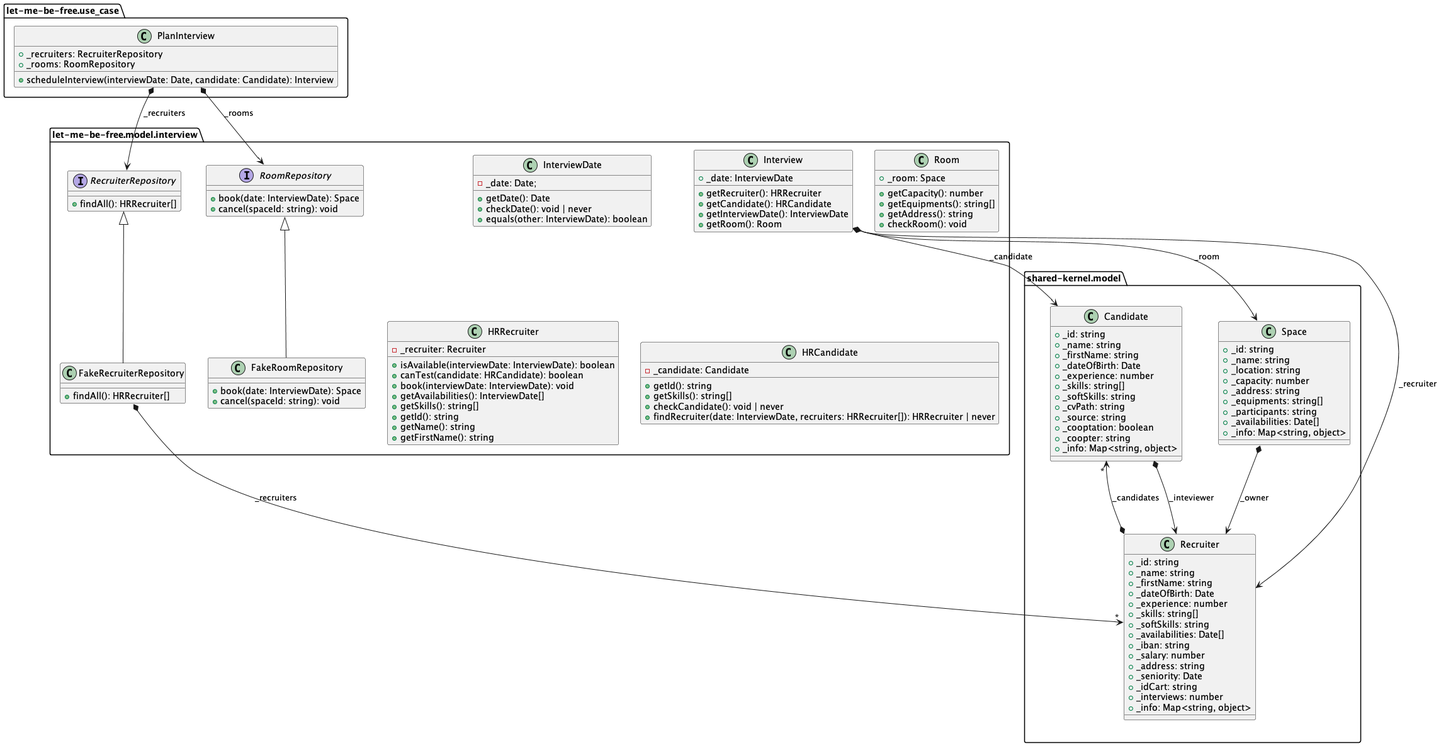
This is docs/images/domain-model-step-1.png from jwloka/dddeu22-let-me-be-free-typescript, a PlantUML export, as it was before one commit.
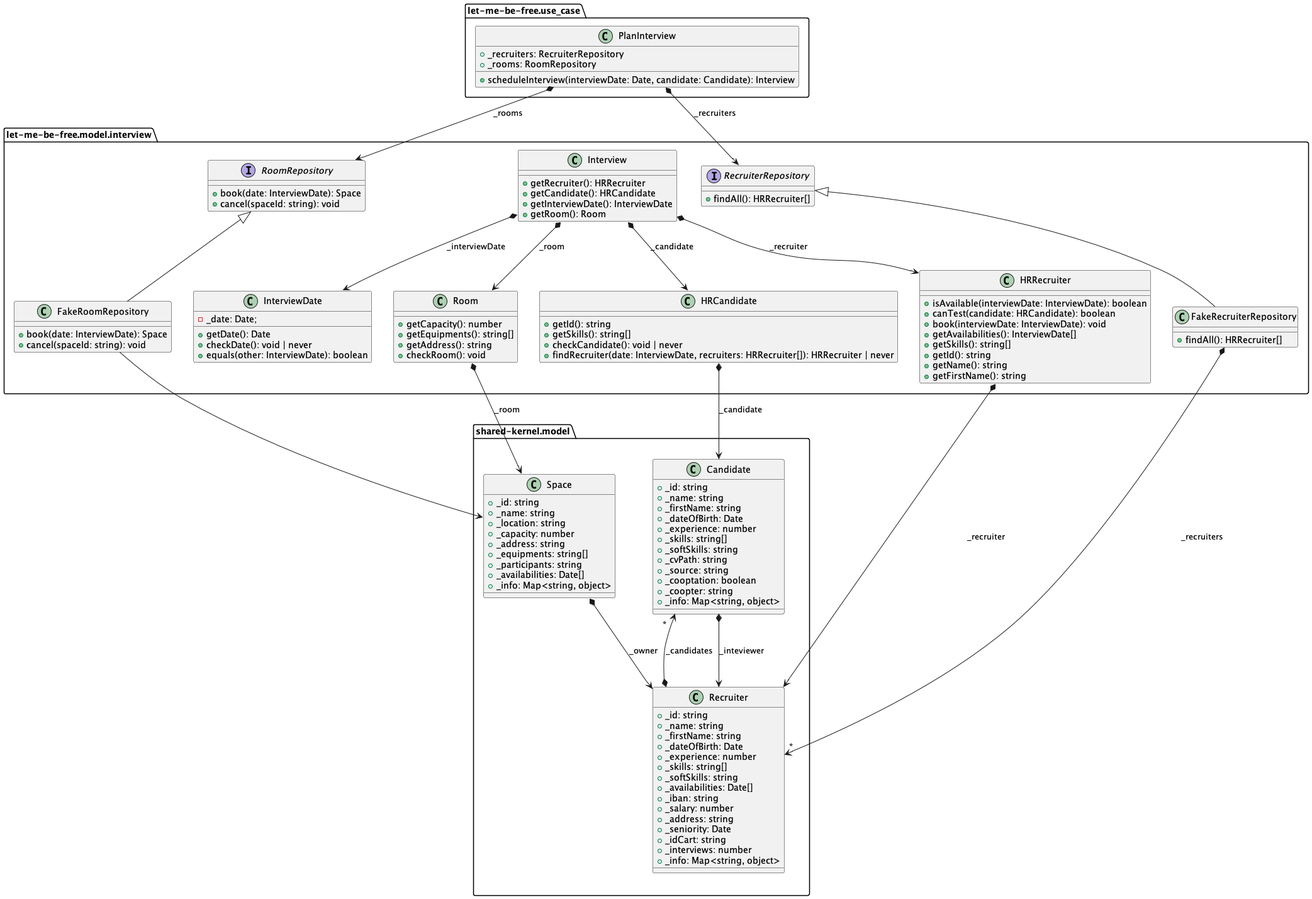
After the change.

Diff of the diagram source:
```diff
@@ -62,7 +62,6 @@
     }
 
     class Interview {
-        +_date: InterviewDate
         + getRecruiter(): HRRecruiter
         + getCandidate(): HRCandidate
         + getInterviewDate(): InterviewDate
@@ -77,7 +76,6 @@
     }
 
     class Room {
-        +_room: Space
         +getCapacity(): number
         +getEquipments(): string[]
         +getAddress(): string
@@ -85,7 +83,6 @@
     }
 
     class HRRecruiter {
-        -_recruiter: Recruiter
         + isAvailable(interviewDate: InterviewDate): boolean
         + canTest(candidate: HRCandidate): boolean
         + book(interviewDate: InterviewDate): void
@@ -97,7 +94,6 @@
     }
 
     class HRCandidate {
-        -_candidate: Candidate
         +getId(): string
         +getSkills(): string[]
         +checkCandidate(): void | never
@@ -114,10 +110,15 @@
         +findAll(): HRRecruiter[]
     }
 
+    FakeRoomRepository --> Space
     FakeRecruiterRepository *--> "*" Recruiter : _recruiters
-    Interview *--> Recruiter : _recruiter
-    Interview *--> Candidate : _candidate
-    Interview *--> Space : _room
+    HRCandidate *--> Candidate : _candidate
+    HRRecruiter *--> Recruiter : _recruiter
+    Interview *--> InterviewDate : _interviewDate
+    Interview *--> HRRecruiter : _recruiter
+    Interview *--> HRCandidate : _candidate
+    Interview *--> Room : _room
+    Room *--> Space : _room
 }
 
 package "let-me-be-free.use_case" {
```
